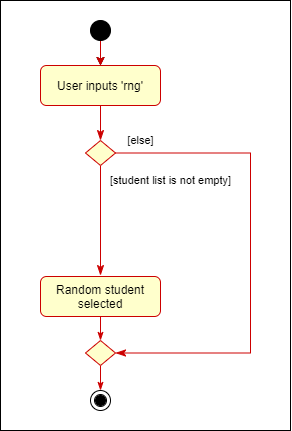
nweiyue/tp keeps this draw.io diagram as docs/images/RngActivityDiagram.png. Above is the earlier version. Source tidied: cells renumbered, new cells last; positions are measured from the earlier drawing's top-left corner, leaving out a move shared by most shapes.
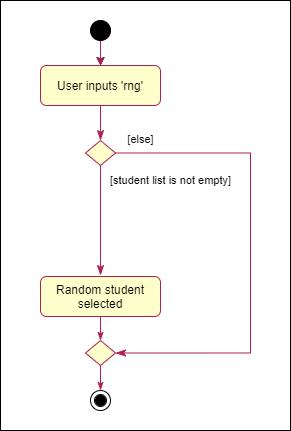
The same diagram one commit later.

Commit message:
Standardise colours for diagrams

- RngActivityDiagram.png
- RngSequenceDiagram.png

What changed in the source:
```diff
@@ -5,18 +5,18 @@
     <mxCell id="2" style="rounded=0;whiteSpace=wrap;html=1;fillColor=#FFFFFF;" parent="1" vertex="1">
       <mxGeometry width="290" height="430" as="geometry" />
     </mxCell>
-    <mxCell id="3" style="rounded=0;html=1;jettySize=auto;fontSize=11;endArrow=classicThin;endFill=1;endSize=8;strokeWidth=1;shadow=0;labelBackgroundColor=none;edgeStyle=orthogonalEdgeStyle;strokeColor=#CC0000;" parent="1" edge="1" source="4" target="7">
+    <mxCell id="3" style="rounded=0;html=1;jettySize=auto;fontSize=11;endArrow=classicThin;endFill=1;endSize=8;strokeWidth=1;shadow=0;labelBackgroundColor=none;edgeStyle=orthogonalEdgeStyle;strokeColor=#ac2150;" parent="1" edge="1" source="4" target="7">
       <mxGeometry relative="1" as="geometry" />
     </mxCell>
-    <mxCell id="4" value="User inputs 'rng'" style="rounded=1;whiteSpace=wrap;html=1;fontSize=12;glass=0;strokeWidth=1;shadow=0;strokeColor=#CC0000;fillColor=#FFFFCC;" parent="1" vertex="1">
+    <mxCell id="4" value="User inputs 'rng'" style="rounded=1;whiteSpace=wrap;html=1;fontSize=12;glass=0;strokeWidth=1;shadow=0;fillColor=#FFFFCC;strokeColor=#ac2150;" parent="1" vertex="1">
       <mxGeometry x="40" y="65" width="120" height="40" as="geometry" />
     </mxCell>
-    <mxCell id="5" value="[student list is not empty]" style="rounded=0;html=1;jettySize=auto;fontSize=11;endArrow=classicThin;endFill=1;endSize=8;strokeWidth=1;shadow=0;labelBackgroundColor=none;edgeStyle=orthogonalEdgeStyle;strokeColor=#CC0000;" parent="1" edge="1" source="7">
+    <mxCell id="5" value="[student list is not empty]" style="rounded=0;html=1;jettySize=auto;fontSize=11;endArrow=classicThin;endFill=1;endSize=8;strokeWidth=1;shadow=0;labelBackgroundColor=none;edgeStyle=orthogonalEdgeStyle;strokeColor=#AC2150;" parent="1" edge="1" source="7">
       <mxGeometry x="-0.73" y="70" relative="1" as="geometry">
         <mxPoint x="100" y="275" as="targetPoint" />
       </mxGeometry>
     </mxCell>
-    <mxCell id="6" value="[else]" style="edgeStyle=orthogonalEdgeStyle;rounded=0;html=1;jettySize=auto;fontSize=11;endArrow=classicThin;endFill=1;endSize=8;strokeWidth=1;shadow=0;labelBackgroundColor=none;entryX=1;entryY=0.5;entryDx=0;entryDy=0;strokeColor=#CC0000;" parent="1" edge="1" source="7" target="17">
+    <mxCell id="6" value="[else]" style="edgeStyle=orthogonalEdgeStyle;rounded=0;html=1;jettySize=auto;fontSize=11;endArrow=classicThin;endFill=1;endSize=8;strokeWidth=1;shadow=0;labelBackgroundColor=none;entryX=1;entryY=0.5;entryDx=0;entryDy=0;strokeColor=#ac2150;" parent="1" edge="1" source="7" target="17">
       <mxGeometry x="-0.89" y="13" relative="1" as="geometry">
         <Array as="points">
           <mxPoint x="250" y="152.5" />
@@ -24,19 +24,19 @@
         </Array>
       </mxGeometry>
     </mxCell>
-    <mxCell id="7" style="rhombus;whiteSpace=wrap;html=1;shadow=0;fontFamily=Helvetica;fontSize=12;align=center;strokeWidth=1;spacing=6;spacingTop=-4;strokeColor=#CC0000;fillColor=#FFFFCC;" parent="1" vertex="1">
+    <mxCell id="7" style="rhombus;whiteSpace=wrap;html=1;shadow=0;fontFamily=Helvetica;fontSize=12;align=center;strokeWidth=1;spacing=6;spacingTop=-4;fillColor=#FFFFCC;strokeColor=#AC2150;" parent="1" vertex="1">
       <mxGeometry x="85" y="140" width="30" height="25" as="geometry" />
     </mxCell>
-    <mxCell id="8" style="edgeStyle=orthogonalEdgeStyle;rounded=0;jettySize=auto;html=1;exitX=0.5;exitY=1;exitDx=0;exitDy=0;entryX=0.5;entryY=0;entryDx=0;entryDy=0;endArrow=classicThin;endFill=1;strokeColor=#CC0000;" parent="1" edge="1" source="9" target="17">
+    <mxCell id="8" style="edgeStyle=orthogonalEdgeStyle;rounded=0;jettySize=auto;html=1;exitX=0.5;exitY=1;exitDx=0;exitDy=0;entryX=0.5;entryY=0;entryDx=0;entryDy=0;endArrow=classicThin;endFill=1;strokeColor=#AC2150;" parent="1" edge="1" source="9" target="17">
       <mxGeometry relative="1" as="geometry" />
     </mxCell>
-    <mxCell id="9" value="Random student selected" style="rounded=1;whiteSpace=wrap;html=1;fontSize=12;glass=0;strokeWidth=1;shadow=0;strokeColor=#CC0000;fillColor=#FFFFCC;" parent="1" vertex="1">
+    <mxCell id="9" value="Random student selected" style="rounded=1;whiteSpace=wrap;html=1;fontSize=12;glass=0;strokeWidth=1;shadow=0;fillColor=#FFFFCC;strokeColor=#AC2150;" parent="1" vertex="1">
       <mxGeometry x="40" y="276" width="120" height="40" as="geometry" />
     </mxCell>
     <mxCell id="10" style="edgeStyle=orthogonalEdgeStyle;rounded=0;jettySize=auto;html=1;" parent="1" edge="1" source="12" target="4">
       <mxGeometry relative="1" as="geometry" />
     </mxCell>
-    <mxCell id="11" style="edgeStyle=orthogonalEdgeStyle;rounded=0;jettySize=auto;html=1;entryX=0.5;entryY=0;entryDx=0;entryDy=0;strokeColor=#CC0000;" parent="1" edge="1" source="12" target="4">
+    <mxCell id="11" style="edgeStyle=orthogonalEdgeStyle;rounded=0;jettySize=auto;html=1;entryX=0.5;entryY=0;entryDx=0;entryDy=0;strokeColor=#AC2150;" parent="1" edge="1" source="12" target="4">
       <mxGeometry relative="1" as="geometry" />
     </mxCell>
     <mxCell id="12" style="ellipse;whiteSpace=wrap;html=1;fillColor=#000000;" parent="1" vertex="1">
@@ -51,10 +51,10 @@
     <mxCell id="15" style="ellipse;whiteSpace=wrap;html=1;fillColor=#000000;" parent="13" vertex="1">
       <mxGeometry x="5" y="5" width="10" height="10" as="geometry" />
     </mxCell>
-    <mxCell id="16" style="edgeStyle=orthogonalEdgeStyle;rounded=0;jettySize=auto;html=1;exitX=0.5;exitY=1;exitDx=0;exitDy=0;entryX=0.5;entryY=0;entryDx=0;entryDy=0;endArrow=classicThin;endFill=1;strokeColor=#CC0000;" parent="1" edge="1" source="17" target="14">
+    <mxCell id="16" style="edgeStyle=orthogonalEdgeStyle;rounded=0;jettySize=auto;html=1;exitX=0.5;exitY=1;exitDx=0;exitDy=0;entryX=0.5;entryY=0;entryDx=0;entryDy=0;endArrow=classicThin;endFill=1;strokeColor=#AC2150;" parent="1" edge="1" source="17" target="14">
       <mxGeometry relative="1" as="geometry" />
     </mxCell>
-    <mxCell id="17" style="rhombus;whiteSpace=wrap;html=1;shadow=0;fontFamily=Helvetica;fontSize=12;align=center;strokeWidth=1;spacing=6;spacingTop=-4;strokeColor=#CC0000;fillColor=#FFFFCC;" parent="1" vertex="1">
+    <mxCell id="17" style="rhombus;whiteSpace=wrap;html=1;shadow=0;fontFamily=Helvetica;fontSize=12;align=center;strokeWidth=1;spacing=6;spacingTop=-4;fillColor=#FFFFCC;strokeColor=#AC2150;" parent="1" vertex="1">
       <mxGeometry x="85" y="340" width="30" height="25" as="geometry" />
     </mxCell>
   </root>
```
